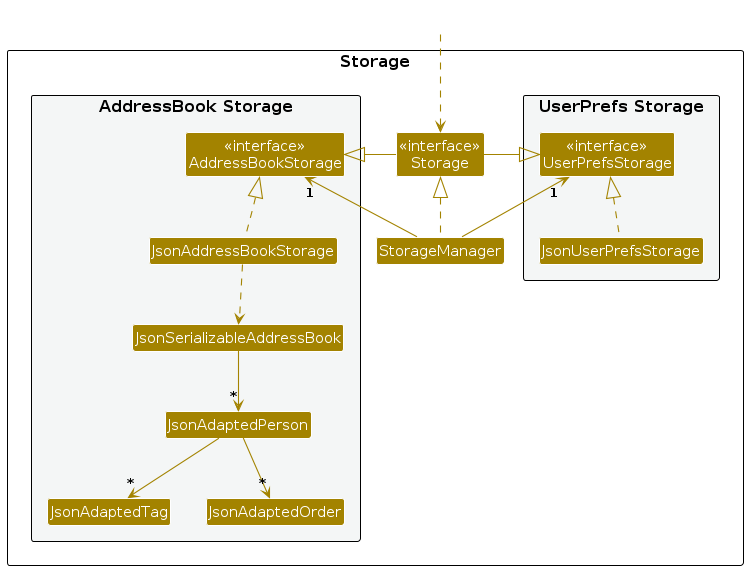
Earlier version of the PlantUML export diagrams/StorageClassDiagram.png (FooChao/tp). Its source is kept beside it as diagrams/StorageClassDiagram.puml. The source it was exported from:
```plantuml
@startuml
!include style.puml
skinparam arrowThickness 1.1
skinparam arrowColor STORAGE_COLOR
skinparam classBackgroundColor STORAGE_COLOR

package Storage as StoragePackage {

package "UserPrefs Storage" #F4F6F6{
Class "<<interface>>\nUserPrefsStorage" as UserPrefsStorage
Class JsonUserPrefsStorage
}

Class "<<interface>>\nStorage" as Storage
Class StorageManager

package "AddressBook Storage" #F4F6F6{
Class "<<interface>>\nAddressBookStorage" as AddressBookStorage
Class JsonAddressBookStorage
Class JsonSerializableAddressBook
Class JsonAdaptedPerson
Class JsonAdaptedTag
Class JsonAdaptedOrder
}

}

Class HiddenOutside #FFFFFF
HiddenOutside ..> Storage

Storage -left-|> UserPrefsStorage
Storage -right-|> AddressBookStorage

StorageManager .up.|> Storage
StorageManager -up-> "1" UserPrefsStorage
StorageManager -up-> "1" AddressBookStorage

JsonUserPrefsStorage .up.|> UserPrefsStorage
JsonAddressBookStorage .up.|> AddressBookStorage
JsonAddressBookStorage ..> JsonSerializableAddressBook
JsonSerializableAddressBook --> "*" JsonAdaptedPerson
JsonAdaptedPerson --> "*" JsonAdaptedTag
JsonAdaptedPerson --> "*" JsonAdaptedOrder

@enduml
```
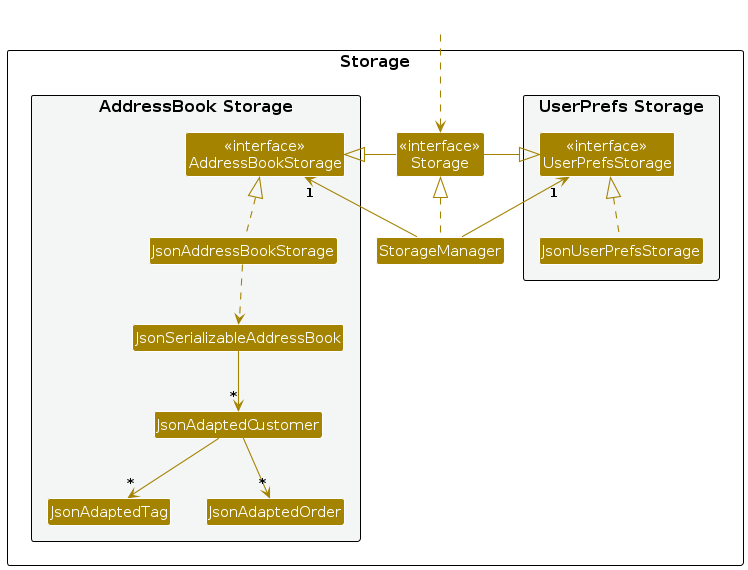
The same file after the commit.

Diff of the diagram source:
```diff
@@ -18,7 +18,7 @@
 Class "<<interface>>\nAddressBookStorage" as AddressBookStorage
 Class JsonAddressBookStorage
 Class JsonSerializableAddressBook
-Class JsonAdaptedPerson
+Class JsonAdaptedCustomer
 Class JsonAdaptedTag
 Class JsonAdaptedOrder
 }
@@ -38,8 +38,8 @@
 JsonUserPrefsStorage .up.|> UserPrefsStorage
 JsonAddressBookStorage .up.|> AddressBookStorage
 JsonAddressBookStorage ..> JsonSerializableAddressBook
-JsonSerializableAddressBook --> "*" JsonAdaptedPerson
-JsonAdaptedPerson --> "*" JsonAdaptedTag
-JsonAdaptedPerson --> "*" JsonAdaptedOrder
+JsonSerializableAddressBook --> "*" JsonAdaptedCustomer
+JsonAdaptedCustomer --> "*" JsonAdaptedTag
+JsonAdaptedCustomer --> "*" JsonAdaptedOrder
 
 @enduml
```
